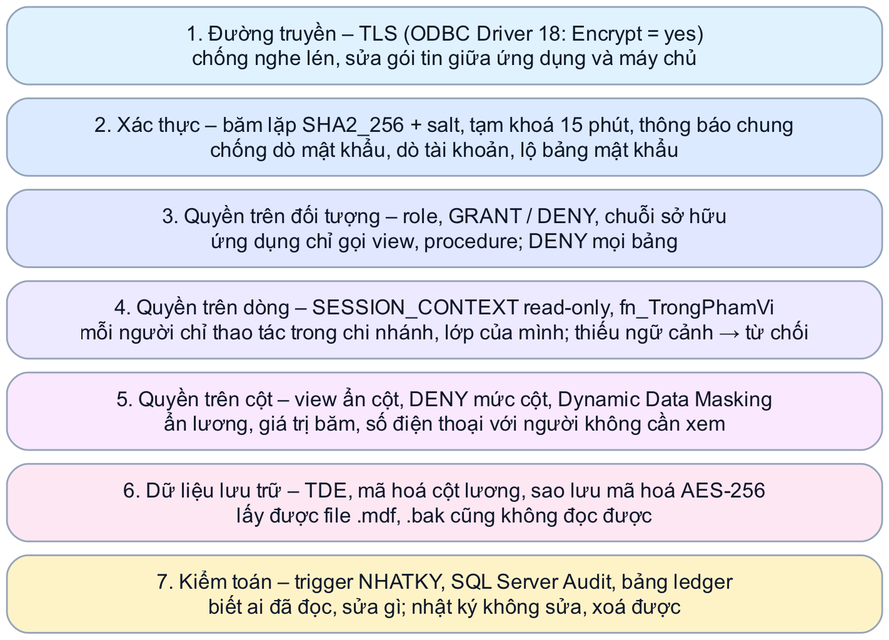
Earlier version of the Graphviz export report/images/ch3/lop-bao-ve.png (nhutruong-uit/ecms). Its source is kept beside it as report/images/ch3/lop-bao-ve.dot.
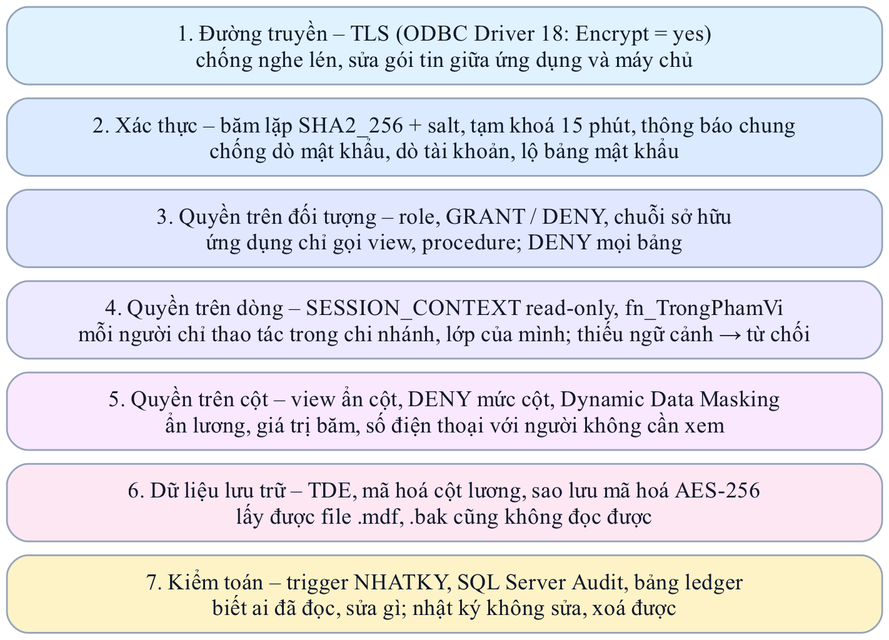
The same diagram one commit later.

The edit, as a diff of the source:
```diff
@@ -1,6 +1,7 @@
 digraph LopBaoVe {
-  rankdir=TB; nodesep=0.15; ranksep=0.08; fontname="Arial"; bgcolor="white";
-  node [fontname="Arial", fontsize=12, shape=box, style="filled,rounded", color="#94a3b8", fontcolor="#0f172a",
+  splines=polyline;
+  rankdir=TB; nodesep=0.15; ranksep=0.08; fontname="Times New Roman,"; bgcolor="white";
+  node [fontname="Times New Roman,", fontsize=13, shape=box, style="filled,rounded", color="#94a3b8", fontcolor="#0f172a",
         width=7.0, height=0.62, fixedsize=true];
   edge [style=invis];
 
```
